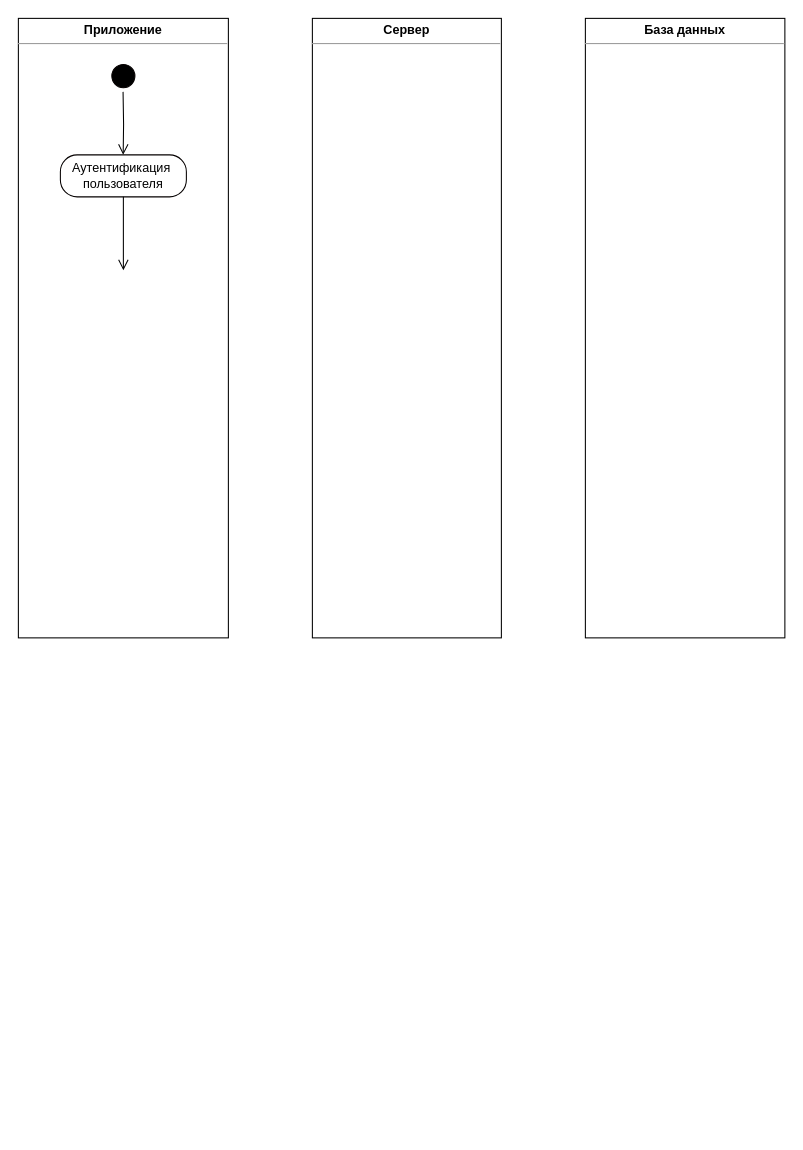
Before: деятельности.drawio in Leewhocan/10_siaod, a draw.io diagram. Source tidied: cells renumbered, new cells numbered last; positions are measured from the earlier drawing's top-left corner, leaving out a move shared by most shapes. Both pictures are drawn from the tidied source at 105%, with x=0, y=0 at pixel (18, 18).
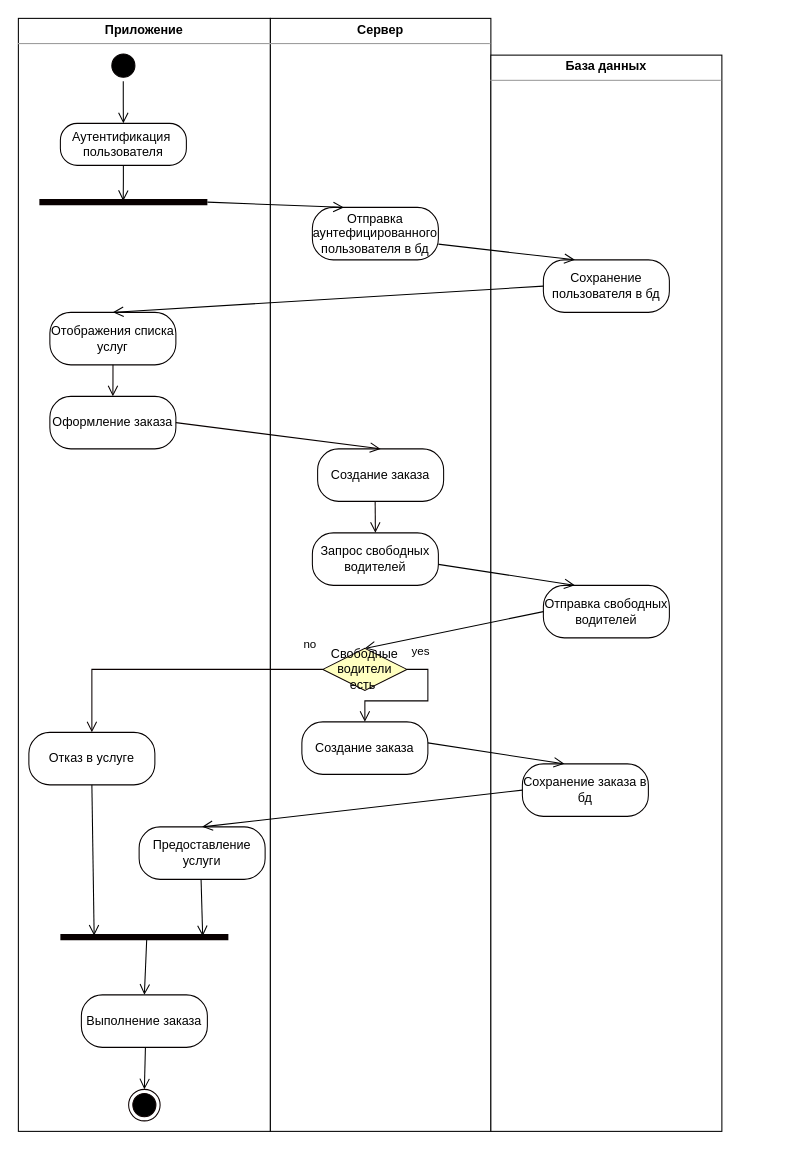
After the change.

The edit, as a diff of the source:
```diff
@@
     <mxCell id="2" value="&lt;p style=&quot;margin:0px;margin-top:4px;text-align:center;&quot;&gt;&lt;b&gt;Приложение&lt;/b&gt;&lt;/p&gt;&lt;hr size=&quot;1&quot;&gt;&lt;div style=&quot;height:2px;&quot;&gt;&lt;/div&gt;" style="verticalAlign=top;align=left;overflow=fill;fontSize=12;fontFamily=Helvetica;html=1;whiteSpace=wrap;" parent="1" vertex="1">
-      <mxGeometry width="200" height="590" as="geometry" />
+      <mxGeometry width="240" height="1060" as="geometry" />
     </mxCell>
     <mxCell id="3" value="&lt;p style=&quot;margin:0px;margin-top:4px;text-align:center;&quot;&gt;&lt;b&gt;Сервер&lt;/b&gt;&lt;/p&gt;&lt;hr size=&quot;1&quot;&gt;&lt;div style=&quot;height:2px;&quot;&gt;&lt;/div&gt;" style="verticalAlign=top;align=left;overflow=fill;fontSize=12;fontFamily=Helvetica;html=1;whiteSpace=wrap;" parent="1" vertex="1">
-      <mxGeometry x="280" width="180" height="590" as="geometry" />
+      <mxGeometry x="240" width="210" height="1060" as="geometry" />
     </mxCell>
     <mxCell id="4" value="&lt;p style=&quot;margin:0px;margin-top:4px;text-align:center;&quot;&gt;&lt;b&gt;База данных&lt;/b&gt;&lt;/p&gt;&lt;hr size=&quot;1&quot;&gt;&lt;div style=&quot;height:2px;&quot;&gt;&lt;/div&gt;" style="verticalAlign=top;align=left;overflow=fill;fontSize=12;fontFamily=Helvetica;html=1;whiteSpace=wrap;" parent="1" vertex="1">
-      <mxGeometry x="540" width="190" height="590" as="geometry" />
+      <mxGeometry x="450" y="35" width="220" height="1025" as="geometry" />
     </mxCell>
     <mxCell id="5" style="ellipse;html=1;shape=startState;fillColor=#000000;strokeColor=#050000;" parent="1" vertex="1">
-      <mxGeometry x="85" y="40" width="30" height="30" as="geometry" />
+      <mxGeometry x="85" y="30" width="30" height="30" as="geometry" />
     </mxCell>
-    <mxCell id="6" style="edgeStyle=orthogonalEdgeStyle;html=1;verticalAlign=bottom;endArrow=open;endSize=8;strokeColor=#000000;rounded=0;" parent="1" edge="1">
+    <mxCell id="6" style="edgeStyle=orthogonalEdgeStyle;html=1;verticalAlign=bottom;endArrow=open;endSize=8;strokeColor=#000000;rounded=0;entryX=0.5;entryY=0;entryDx=0;entryDy=0;" parent="1" edge="1" target="7">
       <mxGeometry relative="1" as="geometry">
-        <mxPoint x="99.7" y="70" as="sourcePoint" />
-        <mxPoint x="99.8" y="130" as="targetPoint" />
+        <mxPoint x="99.9" y="60" as="sourcePoint" />
+        <Array as="points">
+          <mxPoint x="100" y="81" />
+          <mxPoint x="100" y="81" />
+        </Array>
       </mxGeometry>
     </mxCell>
     <mxCell id="7" value="Аутентификация&amp;nbsp;&lt;br&gt;пользователя" style="rounded=1;whiteSpace=wrap;html=1;arcSize=40;fontColor=#000000;fillColor=#FFFFFF;strokeColor=#050000;" parent="1" vertex="1">
-      <mxGeometry x="40" y="130" width="120" height="40" as="geometry" />
+      <mxGeometry x="40" y="100" width="120" height="40" as="geometry" />
     </mxCell>
-    <mxCell id="8" style="edgeStyle=orthogonalEdgeStyle;html=1;verticalAlign=bottom;endArrow=open;endSize=8;strokeColor=#000000;rounded=0;" parent="1" edge="1" source="7">
-      <mxGeometry relative="1" as="geometry">
-        <mxPoint x="100" y="240" as="targetPoint" />
-      </mxGeometry>
+    <mxCell id="8" style="edgeStyle=orthogonalEdgeStyle;html=1;verticalAlign=bottom;endArrow=open;endSize=8;strokeColor=#000000;rounded=0;entryX=0.499;entryY=0.392;entryDx=0;entryDy=0;entryPerimeter=0;" parent="1" edge="1" source="7" target="9">
+      <mxGeometry relative="1" as="geometry" />
     </mxCell>
+    <mxCell id="9" style="shape=line;html=1;strokeWidth=6;strokeColor=#080000;" parent="1" vertex="1">
+      <mxGeometry x="20" y="170" width="160" height="10" as="geometry" />
+    </mxCell>
+    <mxCell id="10" value="Отправка аунтефицированного пользователя в бд" style="rounded=1;whiteSpace=wrap;html=1;arcSize=40;fontColor=#000000;fillColor=#FFFFFF;strokeColor=#050000;" parent="1" vertex="1">
+      <mxGeometry x="280" y="180" width="120" height="50" as="geometry" />
+    </mxCell>
+    <mxCell id="11" style="html=1;verticalAlign=bottom;endArrow=open;endSize=8;strokeColor=#000000;rounded=0;entryX=0.25;entryY=0;entryDx=0;entryDy=0;exitX=1;exitY=0.5;exitDx=0;exitDy=0;exitPerimeter=0;" parent="1" edge="1" source="9" target="10">
+      <mxGeometry relative="1" as="geometry" />
+    </mxCell>
+    <mxCell id="12" value="Оформление заказа" style="rounded=1;whiteSpace=wrap;html=1;arcSize=40;fontColor=#000000;fillColor=#FFFFFF;strokeColor=#050000;" parent="1" vertex="1">
+      <mxGeometry x="30" y="360" width="120" height="50" as="geometry" />
+    </mxCell>
+    <mxCell id="13" value="Сохранение пользователя в бд" style="rounded=1;whiteSpace=wrap;html=1;arcSize=40;fontColor=#000000;fillColor=#FFFFFF;strokeColor=#050000;" parent="1" vertex="1">
+      <mxGeometry x="500" y="230" width="120" height="50" as="geometry" />
+    </mxCell>
+    <mxCell id="14" style="edgeStyle=orthogonalEdgeStyle;html=1;verticalAlign=bottom;endArrow=open;endSize=8;strokeColor=#080000;rounded=0;exitX=0.501;exitY=0.743;exitDx=0;exitDy=0;exitPerimeter=0;entryX=0.5;entryY=0;entryDx=0;entryDy=0;" parent="1" edge="1" source="18" target="12">
+      <mxGeometry relative="1" as="geometry" />
+    </mxCell>
+    <mxCell id="15" value="Создание заказа" style="rounded=1;whiteSpace=wrap;html=1;arcSize=40;fontColor=#000000;fillColor=#FFFFFF;strokeColor=#050000;" parent="1" vertex="1">
+      <mxGeometry x="285" y="410" width="120" height="50" as="geometry" />
+    </mxCell>
+    <mxCell id="16" style="html=1;verticalAlign=bottom;endArrow=open;endSize=8;strokeColor=#080000;rounded=0;exitX=1;exitY=0.5;exitDx=0;exitDy=0;entryX=0.5;entryY=0;entryDx=0;entryDy=0;" parent="1" edge="1" source="12" target="15">
+      <mxGeometry relative="1" as="geometry" />
+    </mxCell>
+    <mxCell id="17" style="html=1;verticalAlign=bottom;endArrow=open;endSize=8;strokeColor=#000000;rounded=0;entryX=0.25;entryY=0;entryDx=0;entryDy=0;exitX=1;exitY=0.5;exitDx=0;exitDy=0;exitPerimeter=0;" parent="1" edge="1">
+      <mxGeometry relative="1" as="geometry">
+        <mxPoint x="400" y="215" as="sourcePoint" />
+        <mxPoint x="530" y="230" as="targetPoint" />
+      </mxGeometry>
+    </mxCell>
+    <mxCell id="18" value="Отображения списка услуг" style="rounded=1;whiteSpace=wrap;html=1;arcSize=40;fontColor=#000000;fillColor=#FFFFFF;strokeColor=#050000;" parent="1" vertex="1">
+      <mxGeometry x="30" y="280" width="120" height="50" as="geometry" />
+    </mxCell>
+    <mxCell id="19" style="html=1;verticalAlign=bottom;endArrow=open;endSize=8;strokeColor=#000000;rounded=0;entryX=0.5;entryY=0;entryDx=0;entryDy=0;exitX=0;exitY=0.5;exitDx=0;exitDy=0;" parent="1" edge="1" source="13" target="18">
+      <mxGeometry relative="1" as="geometry" />
+    </mxCell>
+    <mxCell id="20" value="Свободные водители есть&amp;nbsp;" style="rhombus;whiteSpace=wrap;html=1;fontColor=#000000;fillColor=#ffffc0;strokeColor=#0A0000;" parent="1" vertex="1">
+      <mxGeometry x="290" y="600" width="80" height="40" as="geometry" />
+    </mxCell>
+    <mxCell id="21" value="no" style="edgeStyle=orthogonalEdgeStyle;html=1;align=left;verticalAlign=bottom;endArrow=open;endSize=8;strokeColor=#0A0000;rounded=0;entryX=0.5;entryY=0;entryDx=0;entryDy=0;" parent="1" edge="1" source="20" target="28">
+      <mxGeometry x="-0.86" y="-15" relative="1" as="geometry" />
+    </mxCell>
+    <mxCell id="22" value="yes" style="edgeStyle=orthogonalEdgeStyle;html=1;align=left;verticalAlign=top;endArrow=open;endSize=8;strokeColor=#050000;rounded=0;entryX=0.5;entryY=0;entryDx=0;entryDy=0;" parent="1" edge="1" source="20" target="31">
+      <mxGeometry x="-0.95" y="30" relative="1" as="geometry">
+        <Array as="points">
+          <mxPoint x="390" y="620" />
+          <mxPoint x="390" y="650" />
+          <mxPoint x="330" y="650" />
+        </Array>
+      </mxGeometry>
+    </mxCell>
+    <mxCell id="23" value="Запрос свободных водителей" style="rounded=1;whiteSpace=wrap;html=1;arcSize=40;fontColor=#000000;fillColor=#FFFFFF;strokeColor=#050000;" parent="1" vertex="1">
+      <mxGeometry x="280" y="490" width="120" height="50" as="geometry" />
+    </mxCell>
+    <mxCell id="24" style="html=1;verticalAlign=bottom;endArrow=open;endSize=8;strokeColor=#080000;rounded=0;exitX=0.501;exitY=0.743;exitDx=0;exitDy=0;exitPerimeter=0;entryX=0.5;entryY=0;entryDx=0;entryDy=0;" parent="1" edge="1" target="23">
+      <mxGeometry relative="1" as="geometry">
+        <mxPoint x="339.8" y="460" as="sourcePoint" />
+      </mxGeometry>
+    </mxCell>
+    <mxCell id="25" value="Отправка свободных водителей" style="rounded=1;whiteSpace=wrap;html=1;arcSize=40;fontColor=#000000;fillColor=#FFFFFF;strokeColor=#050000;" parent="1" vertex="1">
+      <mxGeometry x="500" y="540" width="120" height="50" as="geometry" />
+    </mxCell>
+    <mxCell id="26" style="html=1;verticalAlign=bottom;endArrow=open;endSize=8;strokeColor=#000000;rounded=0;entryX=0.25;entryY=0;entryDx=0;entryDy=0;exitX=1;exitY=0.5;exitDx=0;exitDy=0;exitPerimeter=0;" parent="1" edge="1" target="25">
+      <mxGeometry relative="1" as="geometry">
+        <mxPoint x="400" y="520" as="sourcePoint" />
+      </mxGeometry>
+    </mxCell>
+    <mxCell id="27" style="shape=line;html=1;strokeWidth=6;strokeColor=#080000;" parent="1" vertex="1">
+      <mxGeometry x="40" y="870" width="160" height="10" as="geometry" />
+    </mxCell>
+    <mxCell id="28" value="Отказ в услуге" style="rounded=1;whiteSpace=wrap;html=1;arcSize=40;fontColor=#000000;fillColor=#FFFFFF;strokeColor=#050000;" parent="1" vertex="1">
+      <mxGeometry x="10" y="680" width="120" height="50" as="geometry" />
+    </mxCell>
+    <mxCell id="29" value="Предоставление услуги" style="rounded=1;whiteSpace=wrap;html=1;arcSize=40;fontColor=#000000;fillColor=#FFFFFF;strokeColor=#050000;" parent="1" vertex="1">
+      <mxGeometry x="115" y="770" width="120" height="50" as="geometry" />
+    </mxCell>
+    <mxCell id="30" style="html=1;verticalAlign=bottom;endArrow=open;endSize=8;strokeColor=#000000;rounded=0;entryX=0.5;entryY=0;entryDx=0;entryDy=0;exitX=0;exitY=0.5;exitDx=0;exitDy=0;" parent="1" edge="1" source="25" target="20">
+      <mxGeometry relative="1" as="geometry" />
+    </mxCell>
+    <mxCell id="31" value="Создание заказа" style="rounded=1;whiteSpace=wrap;html=1;arcSize=40;fontColor=#000000;fillColor=#FFFFFF;strokeColor=#050000;" parent="1" vertex="1">
+      <mxGeometry x="270" y="670" width="120" height="50" as="geometry" />
+    </mxCell>
+    <mxCell id="32" value="Сохранение заказа в бд" style="rounded=1;whiteSpace=wrap;html=1;arcSize=40;fontColor=#000000;fillColor=#FFFFFF;strokeColor=#050000;" parent="1" vertex="1">
+      <mxGeometry x="480" y="710" width="120" height="50" as="geometry" />
+    </mxCell>
+    <mxCell id="33" style="html=1;verticalAlign=bottom;endArrow=open;endSize=8;strokeColor=#000000;rounded=0;entryX=0.25;entryY=0;entryDx=0;entryDy=0;exitX=1;exitY=0.5;exitDx=0;exitDy=0;exitPerimeter=0;" parent="1" edge="1">
+      <mxGeometry relative="1" as="geometry">
+        <mxPoint x="390" y="690" as="sourcePoint" />
+        <mxPoint x="520" y="710" as="targetPoint" />
+      </mxGeometry>
+    </mxCell>
+    <mxCell id="34" style="html=1;verticalAlign=bottom;endArrow=open;endSize=8;strokeColor=#000000;rounded=0;entryX=0.5;entryY=0;entryDx=0;entryDy=0;exitX=0;exitY=0.5;exitDx=0;exitDy=0;" parent="1" edge="1" source="32" target="29">
+      <mxGeometry relative="1" as="geometry" />
+    </mxCell>
+    <mxCell id="35" style="html=1;verticalAlign=bottom;endArrow=open;endSize=8;strokeColor=#000000;rounded=0;entryX=0.201;entryY=0.356;entryDx=0;entryDy=0;exitX=0.5;exitY=1;exitDx=0;exitDy=0;entryPerimeter=0;" parent="1" edge="1" source="28" target="27">
+      <mxGeometry relative="1" as="geometry" />
+    </mxCell>
+    <mxCell id="36" style="html=1;verticalAlign=bottom;endArrow=open;endSize=8;strokeColor=#000000;rounded=0;entryX=0.847;entryY=0.411;entryDx=0;entryDy=0;exitX=0.5;exitY=1;exitDx=0;exitDy=0;entryPerimeter=0;" parent="1" edge="1" target="27">
+      <mxGeometry relative="1" as="geometry">
+        <mxPoint x="174" y="820" as="sourcePoint" />
+      </mxGeometry>
+    </mxCell>
+    <mxCell id="37" value="Выполнение заказа" style="rounded=1;whiteSpace=wrap;html=1;arcSize=40;fontColor=#000000;fillColor=#FFFFFF;strokeColor=#050000;" parent="1" vertex="1">
+      <mxGeometry x="60" y="930" width="120" height="50" as="geometry" />
+    </mxCell>
+    <mxCell id="38" style="ellipse;html=1;shape=endState;fillColor=#000000;strokeColor=#0D0000;" parent="1" vertex="1">
+      <mxGeometry x="105" y="1020" width="30" height="30" as="geometry" />
+    </mxCell>
+    <mxCell id="39" style="html=1;verticalAlign=bottom;endArrow=open;endSize=8;strokeColor=#000000;rounded=0;entryX=0.5;entryY=0;entryDx=0;entryDy=0;exitX=0.514;exitY=0.689;exitDx=0;exitDy=0;exitPerimeter=0;" parent="1" edge="1" source="27" target="37">
+      <mxGeometry relative="1" as="geometry" />
+    </mxCell>
+    <mxCell id="40" style="html=1;verticalAlign=bottom;endArrow=open;endSize=8;strokeColor=#000000;rounded=0;entryX=0.5;entryY=0;entryDx=0;entryDy=0;exitX=0.514;exitY=0.689;exitDx=0;exitDy=0;exitPerimeter=0;" parent="1" edge="1" target="38">
+      <mxGeometry relative="1" as="geometry">
+        <mxPoint x="121" y="980" as="sourcePoint" />
+      </mxGeometry>
+    </mxCell>
```
